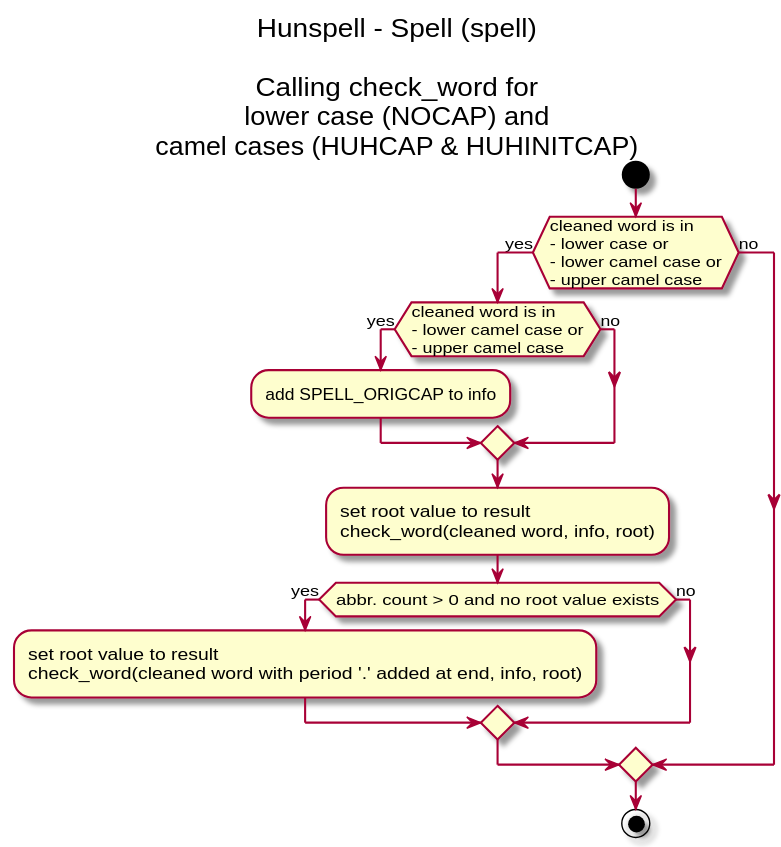
The PlantUML diagram uml/activity-diagrams/spell-lower-camel-activity-diagram.svg in nuspell/misc-nuspell, before a commit. Its source is kept beside it as uml/plantuml/spell-lower-camel-activity-diagram.pu. Its diagram source:
```plantuml
@startuml
skinparam backgroundcolor White|White

title Hunspell - Spell (spell)\n\nCalling check_word for\nlower case (NOCAP) and\ncamel cases (HUHCAP & HUHINITCAP)

start

if (cleaned word is in\n- lower case or\n- lower camel case or\n- upper camel case) then (yes)
	if (cleaned word is in\n- lower camel case or\n- upper camel case) then (yes)
		:add SPELL_ORIGCAP to info;
	else (no)
	endif
	:set root value to result \ncheck_word(cleaned word, info, root);
	if (abbr. count > 0 and no root value exists) then (yes)
		:set root value to result\ncheck_word(cleaned word with period '.' added at end, info, root);
	else (no)
	endif
else (no)
endif

stop

@enduml
```
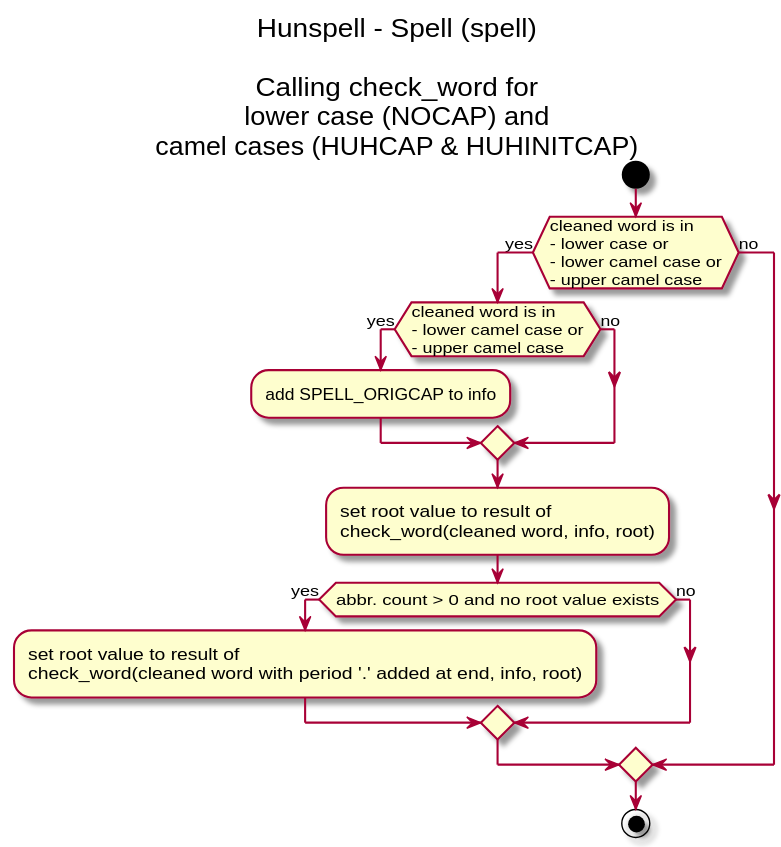
Later version of the same file.

What changed in the source:
```diff
@@ -10,9 +10,9 @@
 		:add SPELL_ORIGCAP to info;
 	else (no)
 	endif
-	:set root value to result \ncheck_word(cleaned word, info, root);
+	:set root value to result of\ncheck_word(cleaned word, info, root);
 	if (abbr. count > 0 and no root value exists) then (yes)
-		:set root value to result\ncheck_word(cleaned word with period '.' added at end, info, root);
+		:set root value to result of\ncheck_word(cleaned word with period '.' added at end, info, root);
 	else (no)
 	endif
 else (no)
```
